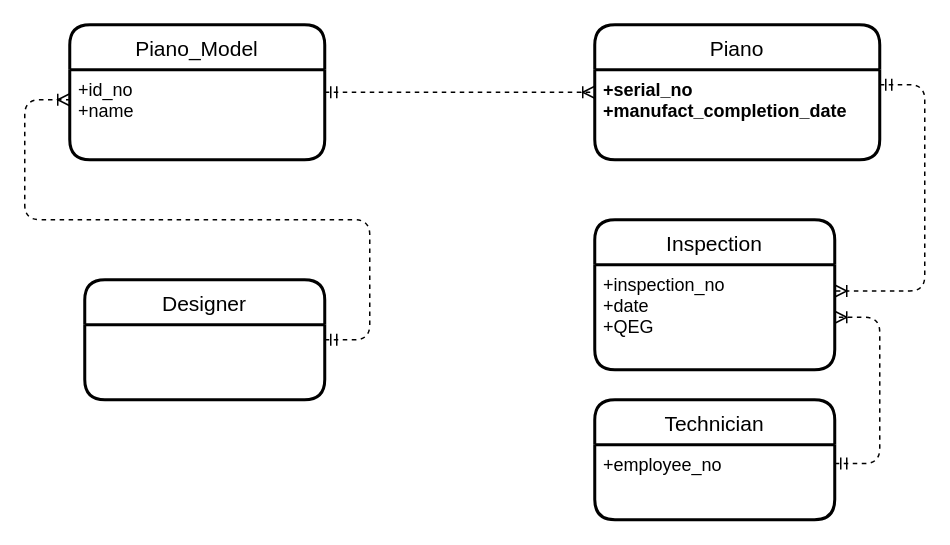
The draw.io diagram er_diagram_piano.drawio in meetsomto/dbs, before the edit. Source tidied: cells renumbered, new cells numbered last; positions are measured from the earlier drawing's top-left corner, leaving out a move shared by most shapes. Both pictures are drawn from the tidied source at 150%, with x=0, y=0 at pixel (69, 24).
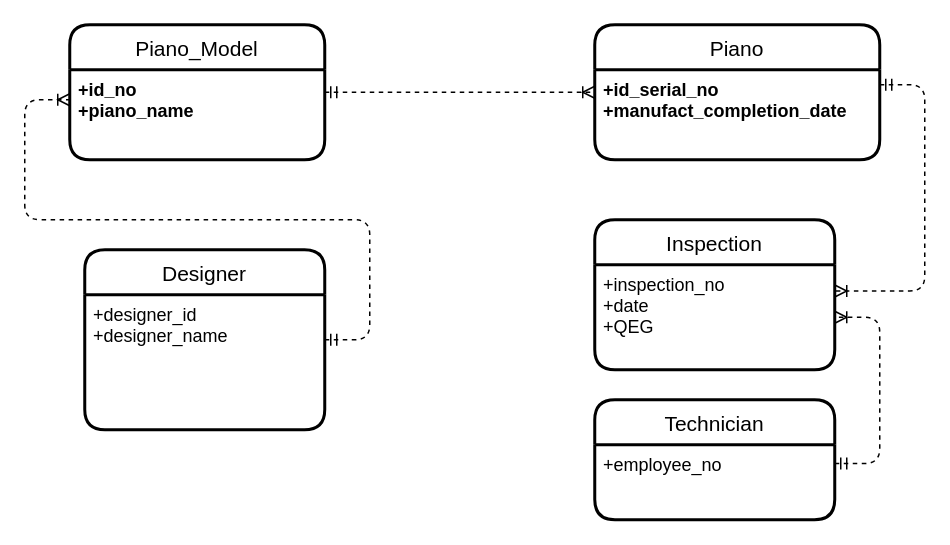
Above is the later version.

Commit message:
added designer attributes

The edit, as a diff of the source:
```diff
@@
 <mxGraphModel>
   <root>
     <mxCell id="0" />
     <mxCell id="1" parent="0" />
     <mxCell id="2" value="Piano_Model" style="swimlane;horizontal=1;startSize=30;rounded=1;fontSize=14;fontStyle=0;strokeWidth=2;shadow=0;dashed=0;align=center;" parent="1" vertex="1">
       <mxGeometry width="170" height="90" as="geometry" />
     </mxCell>
-    <mxCell id="3" value="+id_no&#10;+name" style="align=left;strokeColor=none;fillColor=none;spacingLeft=4;fontSize=12;verticalAlign=top;" parent="2" vertex="1">
+    <mxCell id="3" value="+id_no&#10;+piano_name" style="align=left;strokeColor=none;fillColor=none;spacingLeft=4;fontSize=12;verticalAlign=top;fontStyle=1;" parent="2" vertex="1">
       <mxGeometry y="30" width="170" height="60" as="geometry" />
     </mxCell>
     <mxCell id="4" style="edgeStyle=orthogonalEdgeStyle;rounded=0;orthogonalLoop=1;jettySize=auto;html=1;exitX=0.5;exitY=1;exitDx=0;exitDy=0;" parent="2" edge="1" source="3" target="3">
       <mxGeometry relative="1" as="geometry" />
     </mxCell>
-    <mxCell id="5" value="Designer" style="swimlane;horizontal=1;startSize=30;rounded=1;fontSize=14;fontStyle=0;strokeWidth=2;shadow=0;dashed=0;align=center;" parent="1" vertex="1">
-      <mxGeometry x="10" y="170" width="160" height="80" as="geometry" />
-    </mxCell>
     <mxCell id="6" style="edgeStyle=entityRelationEdgeStyle;fontSize=12;html=1;endArrow=ERoneToMany;startArrow=ERmandOne;dashed=1;endFill=0;" parent="1" edge="1">
       <mxGeometry relative="1" as="geometry">
         <mxPoint x="170" y="210" as="sourcePoint" />
         <mxPoint y="50" as="targetPoint" />
       </mxGeometry>
     </mxCell>
     <mxCell id="7" style="edgeStyle=entityRelationEdgeStyle;fontSize=12;html=1;endArrow=ERoneToMany;startArrow=ERmandOne;dashed=1;endFill=0;exitX=1;exitY=0.25;exitDx=0;exitDy=0;" parent="1" edge="1" source="3">
       <mxGeometry relative="1" as="geometry">
         <mxPoint x="350" y="45" as="targetPoint" />
       </mxGeometry>
     </mxCell>
     <mxCell id="8" style="edgeStyle=entityRelationEdgeStyle;fontSize=12;html=1;endArrow=ERoneToMany;startArrow=ERmandOne;dashed=1;endFill=0;entryX=1;entryY=0.25;entryDx=0;entryDy=0;" parent="1" edge="1" target="13">
       <mxGeometry relative="1" as="geometry">
         <mxPoint x="540" y="40" as="sourcePoint" />
       </mxGeometry>
     </mxCell>
     <mxCell id="9" style="edgeStyle=entityRelationEdgeStyle;fontSize=12;html=1;endArrow=ERoneToMany;startArrow=ERmandOne;dashed=1;endFill=0;exitX=1;exitY=0.25;exitDx=0;exitDy=0;entryX=1;entryY=0.5;entryDx=0;entryDy=0;" parent="1" edge="1" source="15" target="13">
       <mxGeometry relative="1" as="geometry" />
     </mxCell>
     <mxCell id="10" value="Piano" style="swimlane;horizontal=1;startSize=30;rounded=1;fontSize=14;fontStyle=0;strokeWidth=2;shadow=0;dashed=0;align=center;" parent="1" vertex="1">
       <mxGeometry x="350" width="190" height="90" as="geometry" />
     </mxCell>
-    <mxCell id="11" value="+serial_no&#10;+manufact_completion_date" style="align=left;strokeColor=none;fillColor=none;spacingLeft=4;fontSize=12;verticalAlign=top;fontStyle=1;" parent="10" vertex="1">
+    <mxCell id="11" value="+id_serial_no&#10;+manufact_completion_date" style="align=left;strokeColor=none;fillColor=none;spacingLeft=4;fontSize=12;verticalAlign=top;fontStyle=1;" parent="10" vertex="1">
       <mxGeometry y="30" width="190" height="60" as="geometry" />
     </mxCell>
     <mxCell id="12" value="Inspection" style="swimlane;horizontal=1;startSize=30;rounded=1;fontSize=14;fontStyle=0;strokeWidth=2;shadow=0;dashed=0;align=center;" parent="1" vertex="1">
       <mxGeometry x="350" y="130" width="160" height="100" as="geometry" />
     </mxCell>
     <mxCell id="13" value="+inspection_no&#10;+date&#10;+QEG" style="align=left;strokeColor=none;fillColor=none;spacingLeft=4;fontSize=12;verticalAlign=top;" parent="12" vertex="1">
       <mxGeometry y="30" width="160" height="70" as="geometry" />
     </mxCell>
     <mxCell id="14" value="Technician" style="swimlane;horizontal=1;startSize=30;rounded=1;fontSize=14;fontStyle=0;strokeWidth=2;shadow=0;dashed=0;align=center;" parent="1" vertex="1">
       <mxGeometry x="350" y="250" width="160" height="80" as="geometry" />
     </mxCell>
     <mxCell id="15" value="+employee_no&#10;" style="align=left;strokeColor=none;fillColor=none;spacingLeft=4;fontSize=12;verticalAlign=top;" parent="14" vertex="1">
       <mxGeometry y="30" width="160" height="50" as="geometry" />
     </mxCell>
+    <mxCell id="5" value="Designer" style="swimlane;horizontal=1;startSize=30;rounded=1;fontSize=14;fontStyle=0;strokeWidth=2;shadow=0;dashed=0;align=center;" parent="1" vertex="1">
+      <mxGeometry x="10" y="150" width="160" height="120" as="geometry" />
+    </mxCell>
+    <mxCell id="16" value="+designer_id&#10;+designer_name" style="align=left;strokeColor=none;fillColor=none;spacingLeft=4;fontSize=12;verticalAlign=top;fontStyle=0;" parent="5" vertex="1">
+      <mxGeometry y="30" width="160" height="90" as="geometry" />
+    </mxCell>
   </root>
 </mxGraphModel>
```
